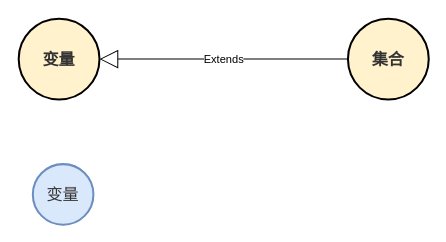
Before: page "构式" (5 of 5) of Notes/概念/概念与语言.drawio in EntelechySystem/EntelechySystem_theory, a draw.io diagram. Source tidied: cells renumbered, new cells numbered last; positions are measured from the earlier drawing's top-left corner, leaving out a move shared by most shapes. Both pictures are drawn from the tidied source at 101%, with x=0, y=0 at pixel (18, 18).
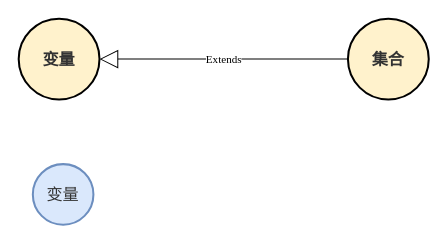
Above is the later version.

Diff of the diagram source:
```diff
@@
 <mxGraphModel>
   <root>
     <mxCell id="0" />
     <mxCell id="1" parent="0" />
     <mxCell id="2" value="变量" style="ellipse;whiteSpace=wrap;html=1;fontFamily=Times New Roman;fontSize=16;align=center;strokeColor=#6c8ebf;fillColor=#dae8fc;strokeWidth=2;comic=0;labelBorderColor=none;fontColor=#333333;glass=0;" parent="1" vertex="1">
       <mxGeometry x="14" y="144" width="60" height="60" as="geometry" />
     </mxCell>
     <mxCell id="3" value="&lt;font style=&quot;font-size: 16px;&quot;&gt;变量&lt;br&gt;&lt;/font&gt;" style="ellipse;whiteSpace=wrap;html=1;fontFamily=Times New Roman;fontSize=12;fontColor=#333333;align=center;strokeColor=default;fillColor=#fff2cc;strokeWidth=2;fontStyle=1;" parent="1" vertex="1">
       <mxGeometry width="80" height="80" as="geometry" />
     </mxCell>
     <mxCell id="4" value="&lt;font style=&quot;font-size: 16px;&quot;&gt;集合&lt;br&gt;&lt;/font&gt;" style="ellipse;whiteSpace=wrap;html=1;fontFamily=Times New Roman;fontSize=12;fontColor=#333333;align=center;strokeColor=default;fillColor=#fff2cc;strokeWidth=2;fontStyle=1;" parent="1" vertex="1">
       <mxGeometry x="326" width="80" height="80" as="geometry" />
     </mxCell>
-    <mxCell id="5" value="Extends" style="endArrow=block;endSize=16;endFill=0;html=1;rounded=0;" parent="1" edge="1" source="4" target="3">
+    <mxCell id="5" value="Extends" style="endArrow=block;endSize=16;endFill=0;html=1;rounded=0;fontFamily=Times New Roman;" parent="1" edge="1" source="4" target="3">
       <mxGeometry relative="1" as="geometry" />
     </mxCell>
   </root>
 </mxGraphModel>
```
